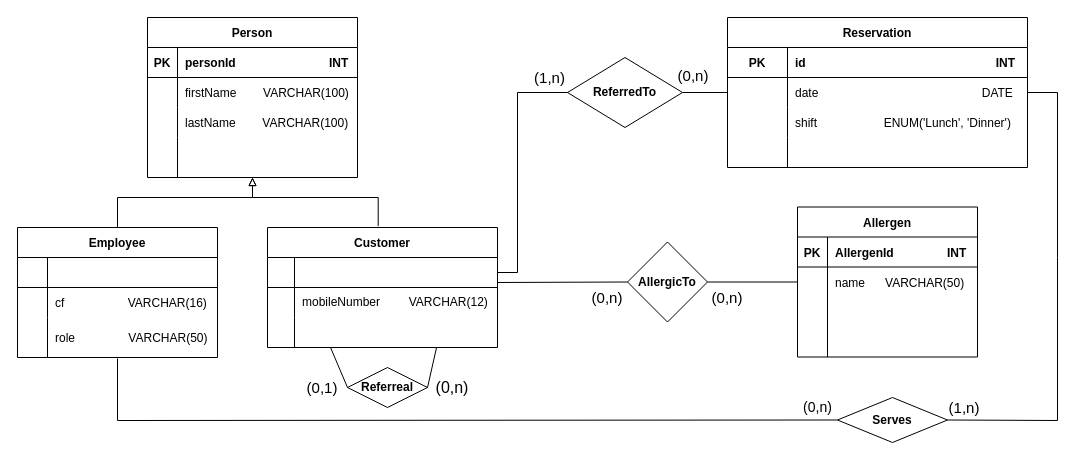
This is docs/ER.drawio from BindaPaolo/provarist, a draw.io file, before an edit. Source tidied: cells renumbered, new cells numbered last; positions are measured from the earlier drawing's top-left corner, leaving out a move shared by most shapes. Both pictures are drawn from the tidied source at 100%, with x=0, y=0 at pixel (17, 17).
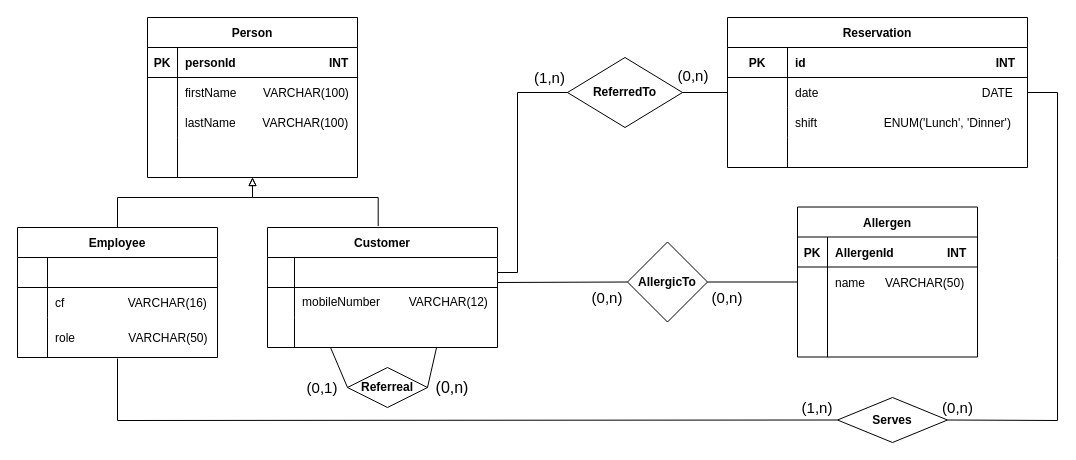
The same diagram, later.

Diff of the diagram source:
```diff
@@
     <mxCell id="68" value="(1,n)" style="text;html=1;strokeColor=none;fillColor=none;align=center;verticalAlign=middle;whiteSpace=wrap;rounded=0;fontSize=15;fontColor=none;" parent="1" vertex="1">
-      <mxGeometry x="917" y="375" width="60" height="30" as="geometry" />
+      <mxGeometry x="770" y="375" width="60" height="30" as="geometry" />
     </mxCell>
@@
-    <mxCell id="81" value="&lt;font style=&quot;font-size: 14px&quot;&gt;(0,n)&lt;/font&gt;" style="text;html=1;align=center;verticalAlign=middle;strokeColor=none;fillColor=none;" parent="1" vertex="1">
-      <mxGeometry x="780" y="380" width="40" height="20" as="geometry" />
+    <mxCell id="81" value="&lt;font style=&quot;font-size: 15px&quot;&gt;(0,n)&lt;/font&gt;" style="text;html=1;align=center;verticalAlign=middle;strokeColor=none;fillColor=none;" parent="1" vertex="1">
+      <mxGeometry x="915" y="380" width="50" height="20" as="geometry" />
     </mxCell>
```
